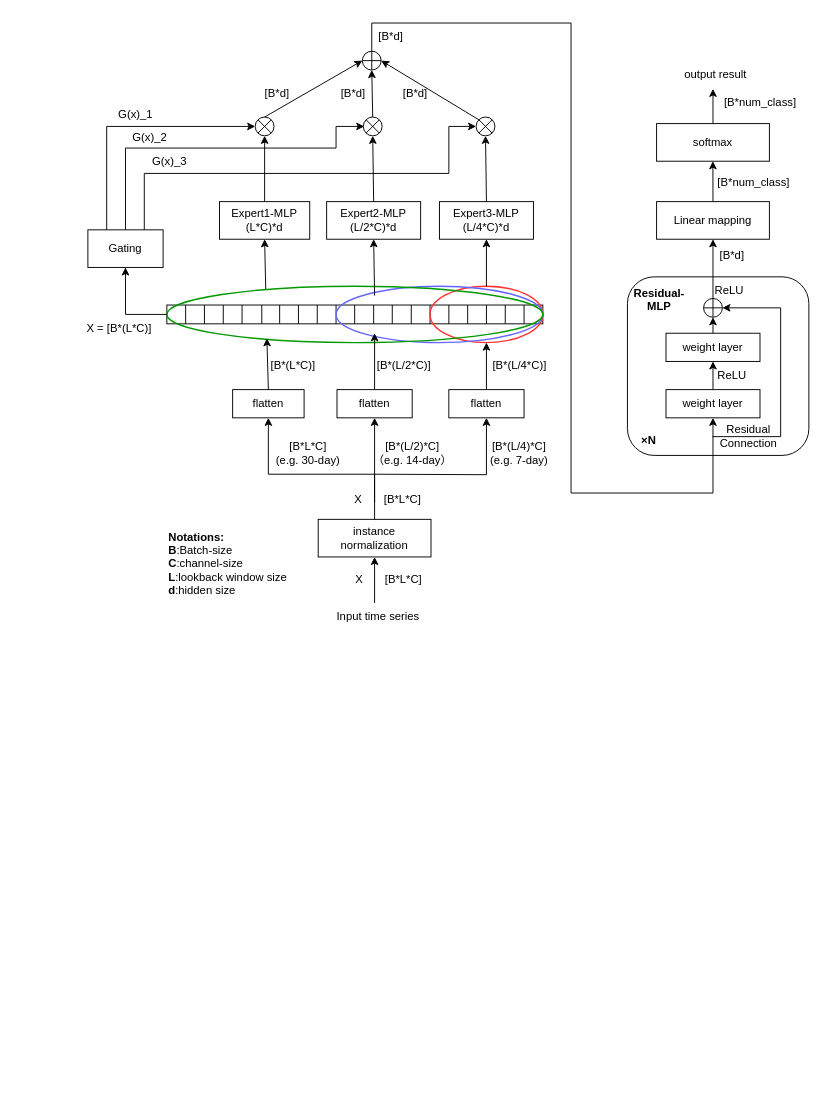
This is 未命名绘图.drawio from HALF111/Research_figures, a draw.io file, before an edit. Source tidied: cells renumbered, new cells numbered last; positions are measured from the earlier drawing's top-left corner, leaving out a move shared by most shapes. Both pictures are drawn from the tidied source at 94%, with x=0, y=0 at pixel (82, 23).
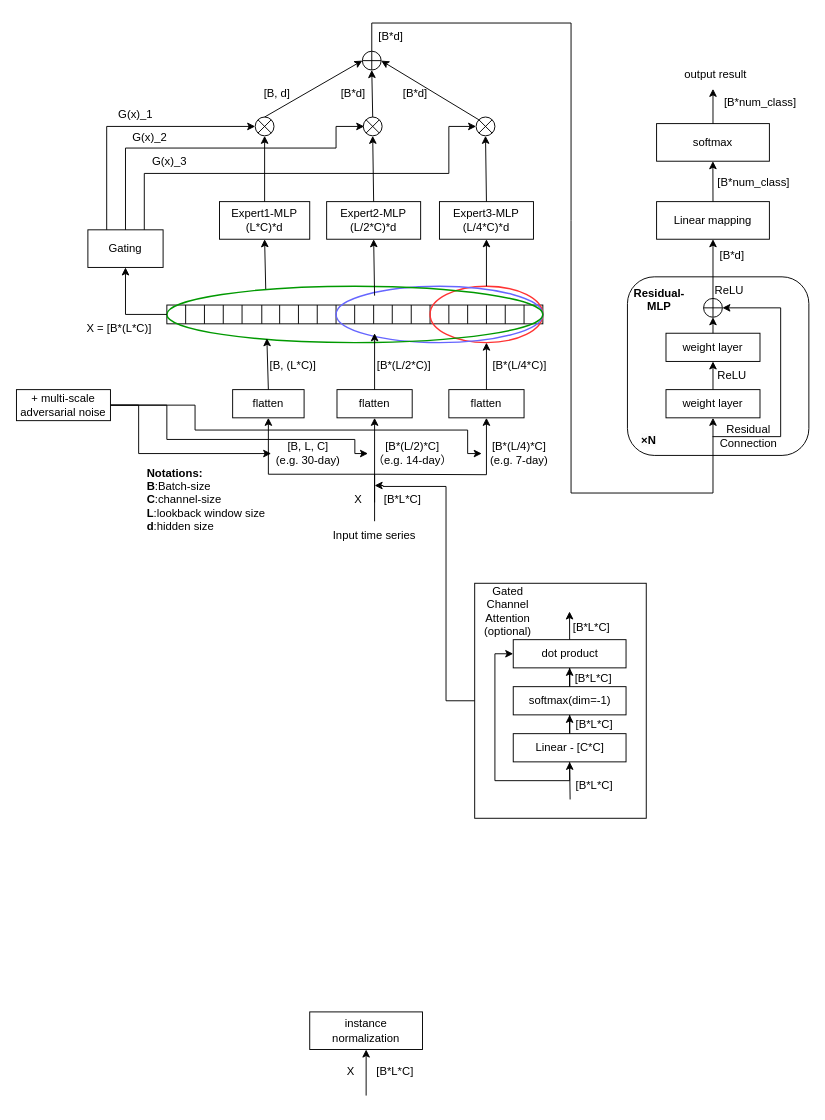
The same diagram, later.

Commit message:
更新未命名绘图.drawio

The change refers to these unchanged cells:
```xml
<mxCell id="67" value="[B*(L/2)*C]&lt;br&gt;（e.g. 14-day）" style="text;html=1;strokeColor=none;fillColor=none;align=center;verticalAlign=middle;whiteSpace=wrap;rounded=0;" parent="1" vertex="1">
  <mxGeometry x="304" y="443" width="95" height="30" as="geometry" />
</mxCell>
<mxCell id="68" value="[B*(L/4)*C]&lt;br&gt;(e.g. 7-day)" style="text;html=1;strokeColor=none;fillColor=none;align=center;verticalAlign=middle;whiteSpace=wrap;rounded=0;" parent="1" vertex="1">
  <mxGeometry x="425" y="443" width="80" height="30" as="geometry" />
</mxCell>
<mxCell id="70" value="flatten" style="rounded=0;whiteSpace=wrap;html=1;" parent="1" vertex="1">
  <mxGeometry x="271" y="390" width="80" height="30" as="geometry" />
</mxCell>
```

Change to the diagram source:
```diff
@@
     <mxCell id="51" value="instance normalization" style="rounded=0;whiteSpace=wrap;html=1;" parent="1" vertex="1">
-      <mxGeometry x="251" y="528" width="120" height="40" as="geometry" />
+      <mxGeometry x="242" y="1052" width="120" height="40" as="geometry" />
     </mxCell>
     <mxCell id="52" style="endArrow=classic;html=1;rounded=0;entryX=0.5;entryY=1;entryDx=0;entryDy=0;" parent="1" edge="1" target="51">
       <mxGeometry relative="1" as="geometry">
-        <mxPoint x="311" y="617" as="sourcePoint" />
+        <mxPoint x="302" y="1141" as="sourcePoint" />
       </mxGeometry>
     </mxCell>
@@
     <mxCell id="61" value="X" style="text;html=1;strokeColor=none;fillColor=none;align=center;verticalAlign=middle;whiteSpace=wrap;rounded=0;" parent="1" vertex="1">
-      <mxGeometry x="285" y="577" width="20" height="30" as="geometry" />
+      <mxGeometry x="276" y="1101" width="20" height="30" as="geometry" />
     </mxCell>
     <mxCell id="62" value="[B*L*C]" style="text;html=1;strokeColor=none;fillColor=none;align=center;verticalAlign=middle;whiteSpace=wrap;rounded=0;" parent="1" vertex="1">
-      <mxGeometry x="317" y="577" width="50" height="30" as="geometry" />
+      <mxGeometry x="308" y="1101" width="50" height="30" as="geometry" />
     </mxCell>
@@
-    <mxCell id="65" style="endArrow=classic;html=1;rounded=0;exitX=0.5;exitY=0;exitDx=0;exitDy=0;entryX=0.5;entryY=1;entryDx=0;entryDy=0;" parent="1" edge="1" source="51" target="70">
-      <mxGeometry relative="1" as="geometry" />
-    </mxCell>
-    <mxCell id="66" value="[B*L*C]&lt;br&gt;(e.g. 30-day)" style="text;html=1;strokeColor=none;fillColor=none;align=center;verticalAlign=middle;whiteSpace=wrap;rounded=0;" parent="1" vertex="1">
+    <mxCell id="66" value="[B, L, C]&lt;br&gt;(e.g. 30-day)" style="text;html=1;strokeColor=none;fillColor=none;align=center;verticalAlign=middle;whiteSpace=wrap;rounded=0;" parent="1" vertex="1">
       <mxGeometry x="201" y="443" width="79" height="30" as="geometry" />
     </mxCell>
@@
-    <mxCell id="79" value="[B*(L*C)]" style="text;html=1;strokeColor=none;fillColor=none;align=center;verticalAlign=middle;whiteSpace=wrap;rounded=0;" parent="1" vertex="1">
+    <mxCell id="79" value="[B, (L*C)]" style="text;html=1;strokeColor=none;fillColor=none;align=center;verticalAlign=middle;whiteSpace=wrap;rounded=0;" parent="1" vertex="1">
       <mxGeometry x="185" y="350" width="79" height="30" as="geometry" />
     </mxCell>
@@
     <mxCell id="83" value="&lt;b&gt;Notations:&lt;/b&gt;&lt;br&gt;&lt;b&gt;B&lt;/b&gt;:Batch-size&lt;br&gt;&lt;b&gt;C&lt;/b&gt;:channel-size&lt;br&gt;&lt;b&gt;L&lt;/b&gt;:lookback window size&lt;br&gt;&lt;b&gt;d&lt;/b&gt;:hidden size" style="text;html=1;strokeColor=none;fillColor=none;align=left;verticalAlign=middle;whiteSpace=wrap;rounded=0;" parent="1" vertex="1">
-      <mxGeometry x="90" y="560" width="134" height="30" as="geometry" />
+      <mxGeometry x="67" y="492" width="134" height="30" as="geometry" />
     </mxCell>
+    <mxCell id="110" style="edgeStyle=orthogonalEdgeStyle;rounded=0;jettySize=auto;html=1;" parent="1" edge="1" source="84" target="70">
+      <mxGeometry relative="1" as="geometry" />
+    </mxCell>
     <mxCell id="84" value="Input time series" style="text;html=1;strokeColor=none;fillColor=none;align=center;verticalAlign=middle;whiteSpace=wrap;rounded=0;" parent="1" vertex="1">
-      <mxGeometry x="230" y="617" width="170" height="30" as="geometry" />
+      <mxGeometry x="226" y="530" width="170" height="30" as="geometry" />
     </mxCell>
-    <mxCell id="85" value="[B*d]" style="text;html=1;strokeColor=none;fillColor=none;align=center;verticalAlign=middle;whiteSpace=wrap;rounded=0;" parent="1" vertex="1">
+    <mxCell id="85" value="[B, d]" style="text;html=1;strokeColor=none;fillColor=none;align=center;verticalAlign=middle;whiteSpace=wrap;rounded=0;" parent="1" vertex="1">
       <mxGeometry x="191" y="60" width="33" height="30" as="geometry" />
     </mxCell>
@@
+    <mxCell id="111" style="edgeStyle=orthogonalEdgeStyle;rounded=0;jettySize=auto;html=1;entryX=0;entryY=0.5;entryDx=0;entryDy=0;" parent="1" edge="1" source="114" target="66">
+      <mxGeometry relative="1" as="geometry">
+        <Array as="points">
+          <mxPoint x="60" y="407" />
+          <mxPoint x="60" y="458" />
+        </Array>
+      </mxGeometry>
+    </mxCell>
+    <mxCell id="112" style="edgeStyle=orthogonalEdgeStyle;rounded=0;jettySize=auto;html=1;entryX=0;entryY=0.5;entryDx=0;entryDy=0;" parent="1" edge="1" source="114" target="67">
+      <mxGeometry relative="1" as="geometry">
+        <Array as="points">
+          <mxPoint x="90" y="407" />
+          <mxPoint x="90" y="443" />
+          <mxPoint x="290" y="443" />
+          <mxPoint x="290" y="458" />
+        </Array>
+      </mxGeometry>
+    </mxCell>
+    <mxCell id="113" style="edgeStyle=orthogonalEdgeStyle;rounded=0;jettySize=auto;html=1;entryX=0;entryY=0.5;entryDx=0;entryDy=0;" parent="1" edge="1" source="114" target="68">
+      <mxGeometry relative="1" as="geometry">
+        <Array as="points">
+          <mxPoint x="120" y="407" />
+          <mxPoint x="120" y="433" />
+          <mxPoint x="410" y="433" />
+          <mxPoint x="410" y="458" />
+        </Array>
+      </mxGeometry>
+    </mxCell>
+    <mxCell id="114" value="+ multi-scale&lt;br&gt;adversarial noise" style="rounded=0;whiteSpace=wrap;html=1;" parent="1" vertex="1">
+      <mxGeometry x="-70" y="390" width="100" height="33" as="geometry" />
+    </mxCell>
+    <mxCell id="115" style="edgeStyle=orthogonalEdgeStyle;rounded=0;jettySize=auto;html=1;entryX=0.5;entryY=1;entryDx=0;entryDy=0;" parent="1" edge="1" source="117" target="119">
+      <mxGeometry relative="1" as="geometry" />
+    </mxCell>
+    <mxCell id="116" style="edgeStyle=orthogonalEdgeStyle;rounded=0;jettySize=auto;html=1;entryX=0;entryY=0.5;entryDx=0;entryDy=0;" parent="1" edge="1" source="117" target="121">
+      <mxGeometry relative="1" as="geometry">
+        <Array as="points">
+          <mxPoint x="519" y="806" />
+          <mxPoint x="439" y="806" />
+          <mxPoint x="439" y="671" />
+        </Array>
+      </mxGeometry>
+    </mxCell>
+    <mxCell id="117" value="Linear - [C*C]" style="rounded=0;whiteSpace=wrap;html=1;" parent="1" vertex="1">
+      <mxGeometry x="458.5" y="756" width="120" height="30" as="geometry" />
+    </mxCell>
+    <mxCell id="118" style="edgeStyle=orthogonalEdgeStyle;rounded=0;jettySize=auto;html=1;entryX=0.5;entryY=1;entryDx=0;entryDy=0;" parent="1" edge="1" source="119" target="121">
+      <mxGeometry relative="1" as="geometry" />
+    </mxCell>
+    <mxCell id="119" value="softmax(dim=-1)" style="rounded=0;whiteSpace=wrap;html=1;" parent="1" vertex="1">
+      <mxGeometry x="458.5" y="706" width="120" height="30" as="geometry" />
+    </mxCell>
+    <mxCell id="120" style="edgeStyle=orthogonalEdgeStyle;rounded=0;jettySize=auto;html=1;exitX=0.5;exitY=0;exitDx=0;exitDy=0;" parent="1" edge="1" source="121">
+      <mxGeometry relative="1" as="geometry">
+        <mxPoint x="518.4" y="626" as="targetPoint" />
+      </mxGeometry>
+    </mxCell>
+    <mxCell id="121" value="dot product" style="rounded=0;whiteSpace=wrap;html=1;" parent="1" vertex="1">
+      <mxGeometry x="458.5" y="656" width="120" height="30" as="geometry" />
+    </mxCell>
+    <mxCell id="122" style="endArrow=classic;html=1;rounded=0;entryX=0.5;entryY=1;entryDx=0;entryDy=0;" parent="1" edge="1" target="117">
+      <mxGeometry relative="1" as="geometry">
+        <mxPoint x="519" y="826" as="sourcePoint" />
+      </mxGeometry>
+    </mxCell>
+    <mxCell id="123" value="[B*L*C]" style="text;html=1;strokeColor=none;fillColor=none;align=center;verticalAlign=middle;whiteSpace=wrap;rounded=0;" parent="1" vertex="1">
+      <mxGeometry x="519.5" y="796" width="50" height="30" as="geometry" />
+    </mxCell>
+    <mxCell id="124" value="[B*L*C]" style="text;html=1;strokeColor=none;fillColor=none;align=center;verticalAlign=middle;whiteSpace=wrap;rounded=0;" parent="1" vertex="1">
+      <mxGeometry x="520" y="731" width="50" height="30" as="geometry" />
+    </mxCell>
+    <mxCell id="125" value="[B*L*C]" style="text;html=1;strokeColor=none;fillColor=none;align=center;verticalAlign=middle;whiteSpace=wrap;rounded=0;" parent="1" vertex="1">
+      <mxGeometry x="519" y="682" width="50" height="30" as="geometry" />
+    </mxCell>
+    <mxCell id="126" value="[B*L*C]" style="text;html=1;strokeColor=none;fillColor=none;align=center;verticalAlign=middle;whiteSpace=wrap;rounded=0;" parent="1" vertex="1">
+      <mxGeometry x="517" y="628" width="50" height="30" as="geometry" />
+    </mxCell>
+    <mxCell id="127" style="edgeStyle=orthogonalEdgeStyle;rounded=0;jettySize=auto;html=1;entryX=0;entryY=0;entryDx=0;entryDy=0;exitX=0;exitY=0.5;exitDx=0;exitDy=0;" parent="1" edge="1" source="128">
+      <mxGeometry relative="1" as="geometry">
+        <mxPoint x="311" y="492" as="targetPoint" />
+        <Array as="points">
+          <mxPoint x="387" y="721" />
+          <mxPoint x="387" y="493" />
+          <mxPoint x="320" y="493" />
+        </Array>
+      </mxGeometry>
+    </mxCell>
+    <mxCell id="128" style="rounded=0;whiteSpace=wrap;html=1;fillColor=none;" parent="1" vertex="1">
+      <mxGeometry x="417.5" y="596" width="182.5" height="250" as="geometry" />
+    </mxCell>
+    <mxCell id="129" value="Gated Channel Attention&lt;br&gt;(optional)" style="text;html=1;strokeColor=none;fillColor=none;align=center;verticalAlign=middle;whiteSpace=wrap;rounded=0;" parent="1" vertex="1">
+      <mxGeometry x="423" y="611" width="60" height="30" as="geometry" />
+    </mxCell>
```
